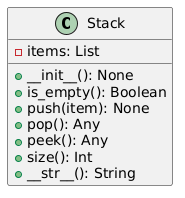
The PlantUML diagram week04/assets/stack_uml.png in caulfield-daniel/pizh2321_tsapaev, before a commit. Source of this version:
```plantuml
@startuml
class Stack {
    - items: List
    + __init__(): None
    + is_empty(): Boolean
    + push(item): None
    + pop(): Any
    + peek(): Any
    + size(): Int
    + __str__(): String
}
@enduml
```
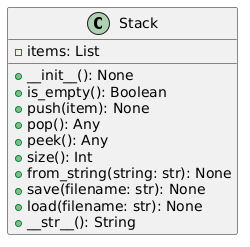
The same file after the commit.

Diff of the diagram source:
```diff
@@ -7,6 +7,9 @@
     + pop(): Any
     + peek(): Any
     + size(): Int
+    + from_string(string: str): None
+    + save(filename: str): None
+    + load(filename: str): None
     + __str__(): String
 }
 @enduml
```
